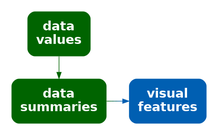
Before: Diagrams/stat-vis.png, a diagram exported from Graphviz (pmur002/hdvw). Its source is kept beside it as Diagrams/stat-vis.dot.
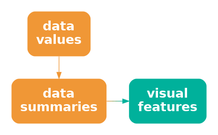
The same diagram one commit later.

The edit, as a diff of the source:
```diff
@@ -1,11 +1,11 @@
 digraph {
   graph [ rankdir=LR; margin=.2; nodesep=.5 ];
   node [ fontsize=20; fontname="sans bold"; margin=.2 ];
-  data [ label="data\nvalues"; shape=box; style="filled, rounded"; penwidth=0; fontcolor=white; fillcolor="#006400" ]
-  stat [ label="data\nsummaries"; shape=box; style="filled, rounded"; penwidth=0; fontcolor=white; fillcolor="#006400" ]
+  data [ label="data\nvalues"; shape=box; style="filled, rounded"; penwidth=0; fontcolor=white; fillcolor="#F09736" ]
+  stat [ label="data\nsummaries"; shape=box; style="filled, rounded"; penwidth=0; fontcolor=white; fillcolor="#F09736" ]
   vis [ label="visual\nfeatures"; shape=box;
-     style="filled, rounded"; penwidth=0; fontcolor=white; fillcolor="#005FB2" ]
-  data -> stat [ color="#006400" ]
-  stat -> vis [ color="#006400;0.1:#006314;0.1:#006328;0.1:#00623B;0.1:#00624F;0.1:#006163;0.1:#006177;0.1:#00608A;0.1:#00609E;0.1:#005FB2;0.1" ]
+     style="filled, rounded"; penwidth=0; fontcolor=white; fillcolor="#00B19B" ]
+  data -> stat [ color="#F09736" ]
+  stat -> vis [ color="#F09736;0.1:#D59A41;0.1:#BB9D4C;0.1:#A0A058;0.1:#85A363;0.1:#6BA56E;0.1:#50A879;0.1:#35AB85;0.1:#1BAE90;0.1:#00B19B;0.1" ]
 { rank=same; data, stat }
 }
```
